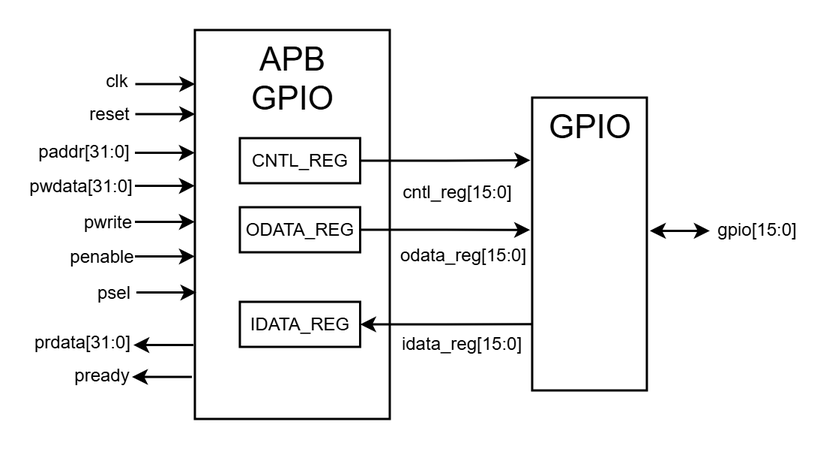
Earlier version of the draw.io export images/apb_gpio.png (taeseong-dev/apb-bus-peripherals). Source tidied: cells renumbered, new cells last; positions are measured from the earlier drawing's top-left corner, leaving out a move shared by most shapes.
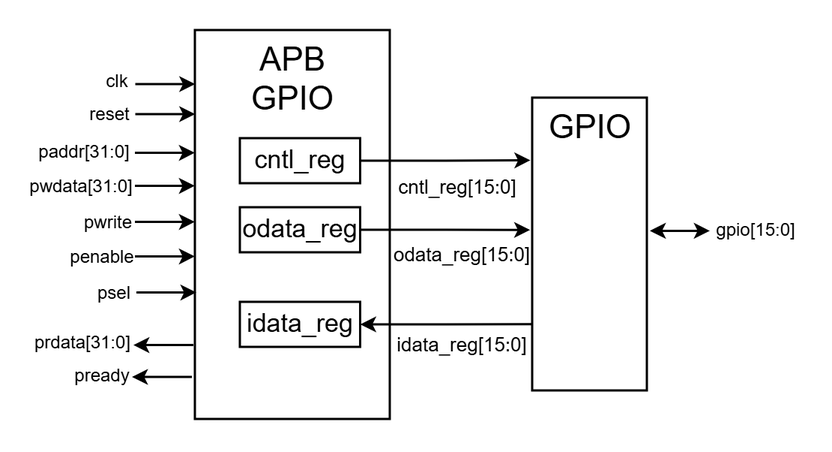
Above is the later version.

Diff of the diagram source:
```diff
@@ -98,13 +98,13 @@
     <mxCell id="24" style="edgeStyle=orthogonalEdgeStyle;rounded=0;jettySize=auto;html=1;startArrow=classic;startFill=1;strokeWidth=1.5;endArrow=none;endFill=0;exitX=1;exitY=0.5;exitDx=0;exitDy=0;entryX=-0.003;entryY=0.774;entryDx=0;entryDy=0;entryPerimeter=0;" parent="1" edge="1" source="27" target="15">
       <mxGeometry relative="1" as="geometry" />
     </mxCell>
-    <mxCell id="25" value="CNTL_REG" style="rounded=0;whiteSpace=wrap;html=1;strokeWidth=1.5;" parent="1" vertex="1">
+    <mxCell id="25" value="cntl_reg" style="rounded=0;whiteSpace=wrap;html=1;strokeWidth=1.5;fontSize=17;" parent="1" vertex="1">
       <mxGeometry x="121" y="72" width="80.2" height="30" as="geometry" />
     </mxCell>
-    <mxCell id="26" value="ODATA_REG" style="rounded=0;whiteSpace=wrap;html=1;strokeWidth=1.5;" parent="1" vertex="1">
+    <mxCell id="26" value="odata_reg" style="rounded=0;whiteSpace=wrap;html=1;strokeWidth=1.5;fontSize=17;" parent="1" vertex="1">
       <mxGeometry x="121" y="118" width="80.2" height="30" as="geometry" />
     </mxCell>
-    <mxCell id="27" value="IDATA_REG" style="rounded=0;whiteSpace=wrap;html=1;strokeWidth=1.5;" parent="1" vertex="1">
+    <mxCell id="27" value="idata_reg" style="rounded=0;whiteSpace=wrap;html=1;strokeWidth=1.5;fontSize=17;" parent="1" vertex="1">
       <mxGeometry x="121" y="181" width="80.2" height="30" as="geometry" />
     </mxCell>
     <mxCell id="28" style="edgeStyle=orthogonalEdgeStyle;rounded=0;orthogonalLoop=1;jettySize=auto;html=1;startArrow=classic;startFill=1;strokeWidth=1.5;endArrow=classic;endFill=1;exitX=1;exitY=0.5;exitDx=0;exitDy=0;" parent="1" edge="1">
@@ -116,13 +116,13 @@
     <mxCell id="29" value="gpio[15:0]" style="text;html=1;whiteSpace=wrap;strokeColor=none;fillColor=none;align=center;verticalAlign=middle;rounded=0;" parent="1" vertex="1">
       <mxGeometry x="435.5" y="118" width="60" height="30" as="geometry" />
     </mxCell>
-    <mxCell id="30" value="cntl_reg[15:0]" style="text;html=1;whiteSpace=wrap;strokeColor=none;fillColor=none;align=center;verticalAlign=middle;rounded=0;" parent="1" vertex="1">
-      <mxGeometry x="236.2" y="99" width="60" height="17" as="geometry" />
+    <mxCell id="30" value="cntl_reg[15:0]" style="text;html=1;whiteSpace=wrap;strokeColor=none;fillColor=none;align=center;verticalAlign=middle;rounded=0;fontSize=13;" parent="1" vertex="1">
+      <mxGeometry x="236.2" y="95" width="60" height="17" as="geometry" />
     </mxCell>
-    <mxCell id="31" value="odata_reg[15:0]" style="text;html=1;whiteSpace=wrap;strokeColor=none;fillColor=none;align=center;verticalAlign=middle;rounded=0;" parent="1" vertex="1">
-      <mxGeometry x="240" y="139" width="60" height="21.5" as="geometry" />
+    <mxCell id="31" value="odata_reg[15:0]" style="text;html=1;whiteSpace=wrap;strokeColor=none;fillColor=none;align=center;verticalAlign=middle;rounded=0;fontSize=13;" parent="1" vertex="1">
+      <mxGeometry x="239" y="138" width="60" height="21.5" as="geometry" />
     </mxCell>
-    <mxCell id="32" value="idata_reg[15:0]" style="text;html=1;whiteSpace=wrap;strokeColor=none;fillColor=none;align=center;verticalAlign=middle;rounded=0;" parent="1" vertex="1">
+    <mxCell id="32" value="idata_reg[15:0]" style="text;html=1;whiteSpace=wrap;strokeColor=none;fillColor=none;align=center;verticalAlign=middle;rounded=0;fontSize=13;" parent="1" vertex="1">
       <mxGeometry x="238.5" y="194" width="60" height="30" as="geometry" />
     </mxCell>
   </root>
```
